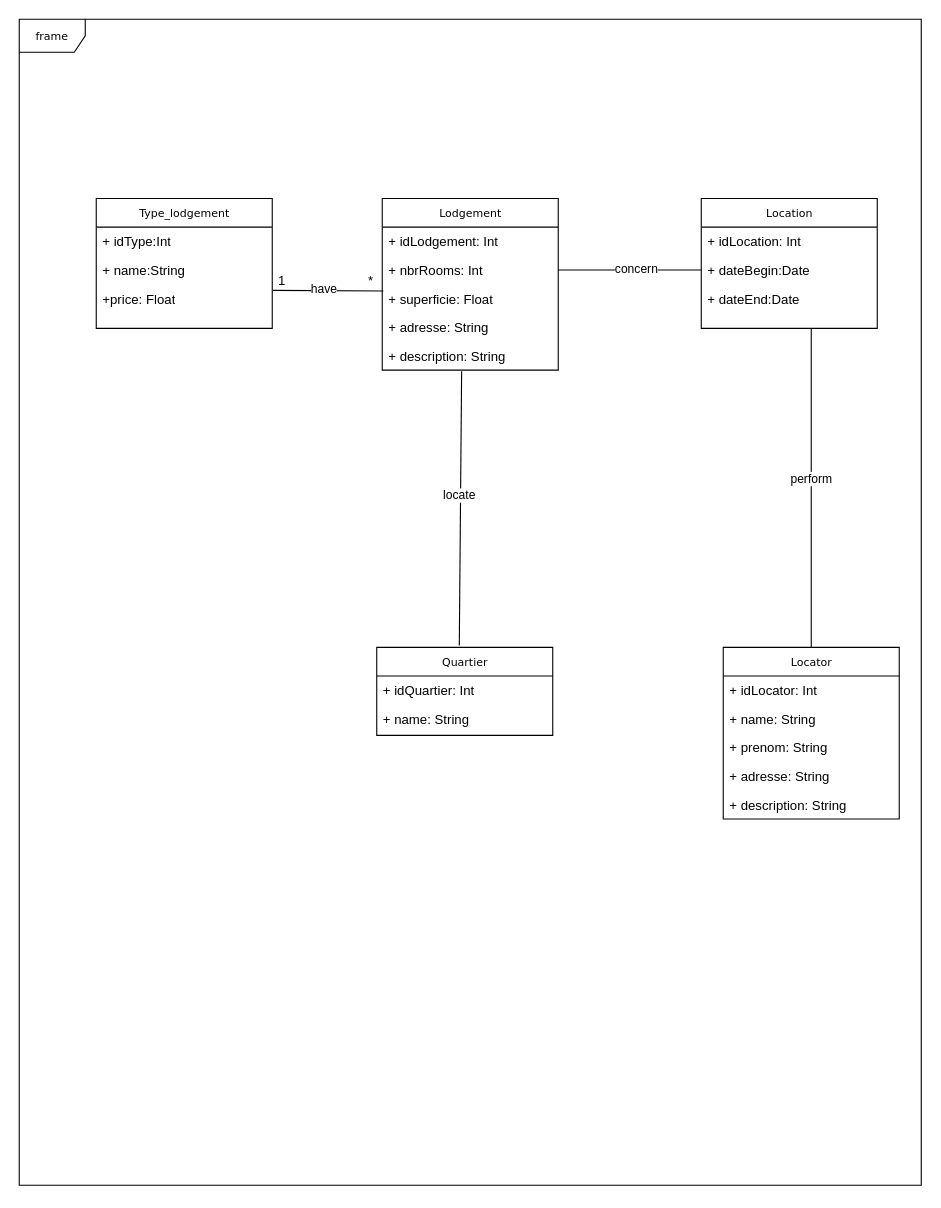
The draw.io diagram Untitled Diagram.drawio in Archippe-m-arkip/location-maison, before the edit. Source tidied: cells renumbered, new cells numbered last; positions are measured from the earlier drawing's top-left corner, leaving out a move shared by most shapes. Both pictures are drawn from the tidied source at 110%, with x=0, y=0 at pixel (19, 19).
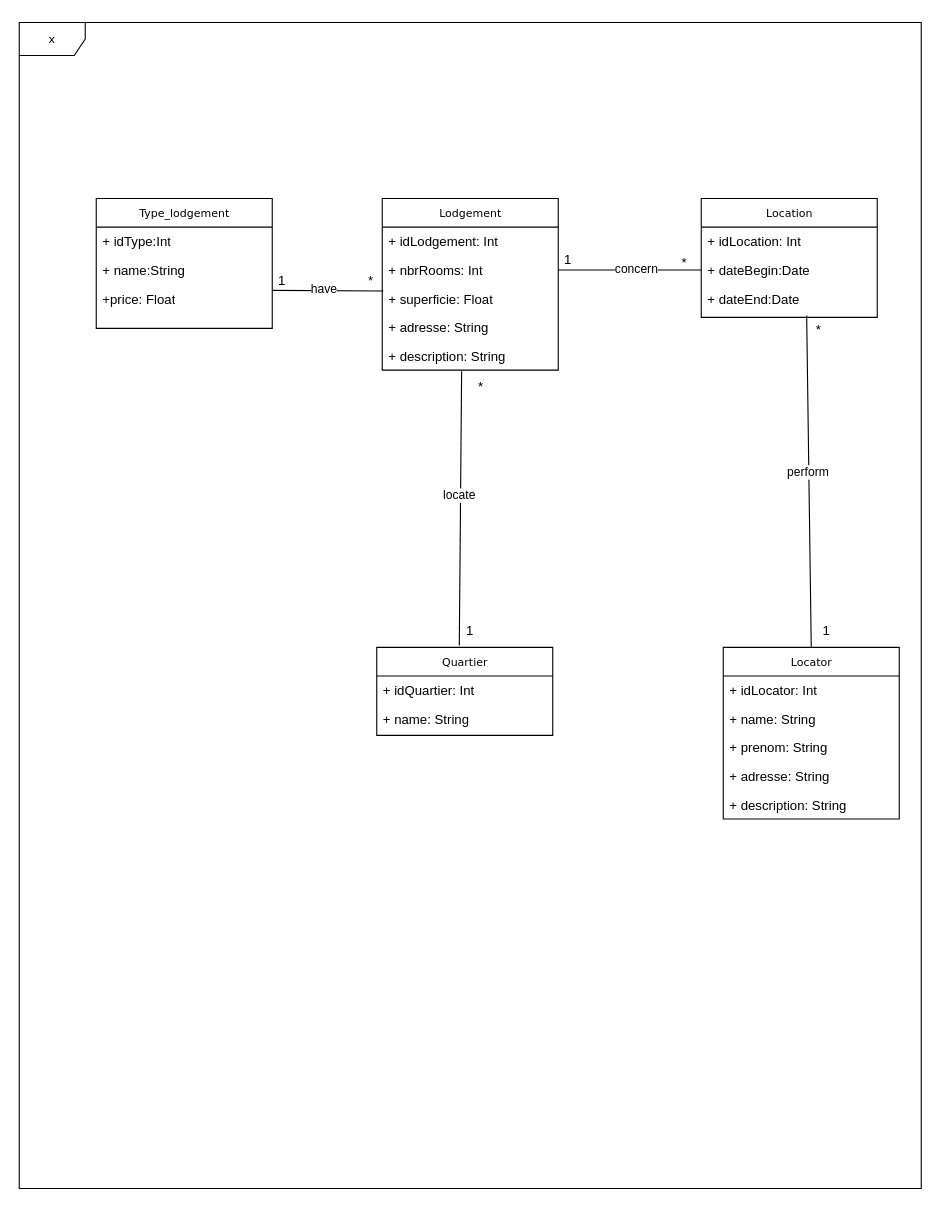
After the change.

Commit message:
mise a jour de l'uml du projet

Unchanged cells that the change refers to:
```xml
<mxCell id="16" value="+ dateEnd:Date" style="text;html=1;strokeColor=none;fillColor=none;align=left;verticalAlign=top;spacingLeft=4;spacingRight=4;whiteSpace=wrap;overflow=hidden;points=[[0,0.5],[1,0.5]];portConstraint=eastwest;" parent="13" vertex="1">
  <mxGeometry y="78" width="160" height="26" as="geometry" />
</mxCell>
<mxCell id="24" value="Locator" style="swimlane;html=1;fontStyle=0;horizontal=1;startSize=26;fillColor=none;swimlaneFillColor=#ffffff;rounded=0;shadow=0;comic=0;labelBackgroundColor=none;strokeWidth=1;fontFamily=Verdana;fontSize=10;align=center;" parent="1" vertex="1">
  <mxGeometry x="640" y="571" width="160" height="156" as="geometry" />
</mxCell>
```

Change to the diagram source:
```diff
@@
-    <mxCell id="2" value="frame" style="shape=umlFrame;whiteSpace=wrap;html=1;rounded=0;shadow=0;comic=0;labelBackgroundColor=none;strokeWidth=1;fontFamily=Verdana;fontSize=10;align=center;" parent="1" vertex="1">
-      <mxGeometry width="820" height="1060" as="geometry" />
+    <mxCell id="2" value="x" style="shape=umlFrame;whiteSpace=wrap;html=1;rounded=0;shadow=0;comic=0;labelBackgroundColor=none;strokeWidth=1;fontFamily=Verdana;fontSize=10;align=center;" parent="1" vertex="1">
+      <mxGeometry y="3" width="820" height="1060" as="geometry" />
     </mxCell>
@@
     <mxCell id="13" value="Location" style="swimlane;html=1;fontStyle=0;horizontal=1;startSize=26;fillColor=none;swimlaneFillColor=#ffffff;rounded=0;shadow=0;comic=0;labelBackgroundColor=none;strokeWidth=1;fontFamily=Verdana;fontSize=10;align=center;" parent="1" vertex="1">
-      <mxGeometry x="620" y="163" width="160" height="118" as="geometry" />
+      <mxGeometry x="620" y="163" width="160" height="108" as="geometry" />
     </mxCell>
@@
-    <mxCell id="34" style="endArrow=none;html=1;rounded=0;entryX=0.5;entryY=0;entryDx=0;entryDy=0;" parent="1" edge="1" target="24">
-      <mxGeometry relative="1" as="geometry">
-        <mxPoint x="720" y="281" as="sourcePoint" />
-      </mxGeometry>
+    <mxCell id="34" style="endArrow=none;html=1;rounded=0;entryX=0.5;entryY=0;entryDx=0;entryDy=0;exitX=0.599;exitY=1.091;exitDx=0;exitDy=0;exitPerimeter=0;" parent="1" edge="1" source="16" target="24">
+      <mxGeometry relative="1" as="geometry" />
     </mxCell>
@@
+    <mxCell id="40" value="*" style="text;html=1;align=center;verticalAlign=middle;whiteSpace=wrap;rounded=0;" parent="1" vertex="1">
+      <mxGeometry x="585" y="207" width="40" height="30" as="geometry" />
+    </mxCell>
+    <mxCell id="41" value="1" style="text;html=1;align=center;verticalAlign=middle;whiteSpace=wrap;rounded=0;" parent="1" vertex="1">
+      <mxGeometry x="479" y="204" width="40" height="30" as="geometry" />
+    </mxCell>
+    <mxCell id="42" value="*" style="text;html=1;align=center;verticalAlign=middle;whiteSpace=wrap;rounded=0;" parent="1" vertex="1">
+      <mxGeometry x="697" y="268" width="60" height="30" as="geometry" />
+    </mxCell>
+    <mxCell id="43" value="1" style="text;html=1;align=center;verticalAlign=middle;whiteSpace=wrap;rounded=0;" parent="1" vertex="1">
+      <mxGeometry x="704" y="541" width="60" height="30" as="geometry" />
+    </mxCell>
+    <mxCell id="44" value="1" style="text;html=1;align=center;verticalAlign=middle;whiteSpace=wrap;rounded=0;" parent="1" vertex="1">
+      <mxGeometry x="380" y="541" width="60" height="30" as="geometry" />
+    </mxCell>
+    <mxCell id="45" value="*" style="text;html=1;align=center;verticalAlign=middle;whiteSpace=wrap;rounded=0;" parent="1" vertex="1">
+      <mxGeometry x="390" y="319" width="60" height="30" as="geometry" />
+    </mxCell>
```
